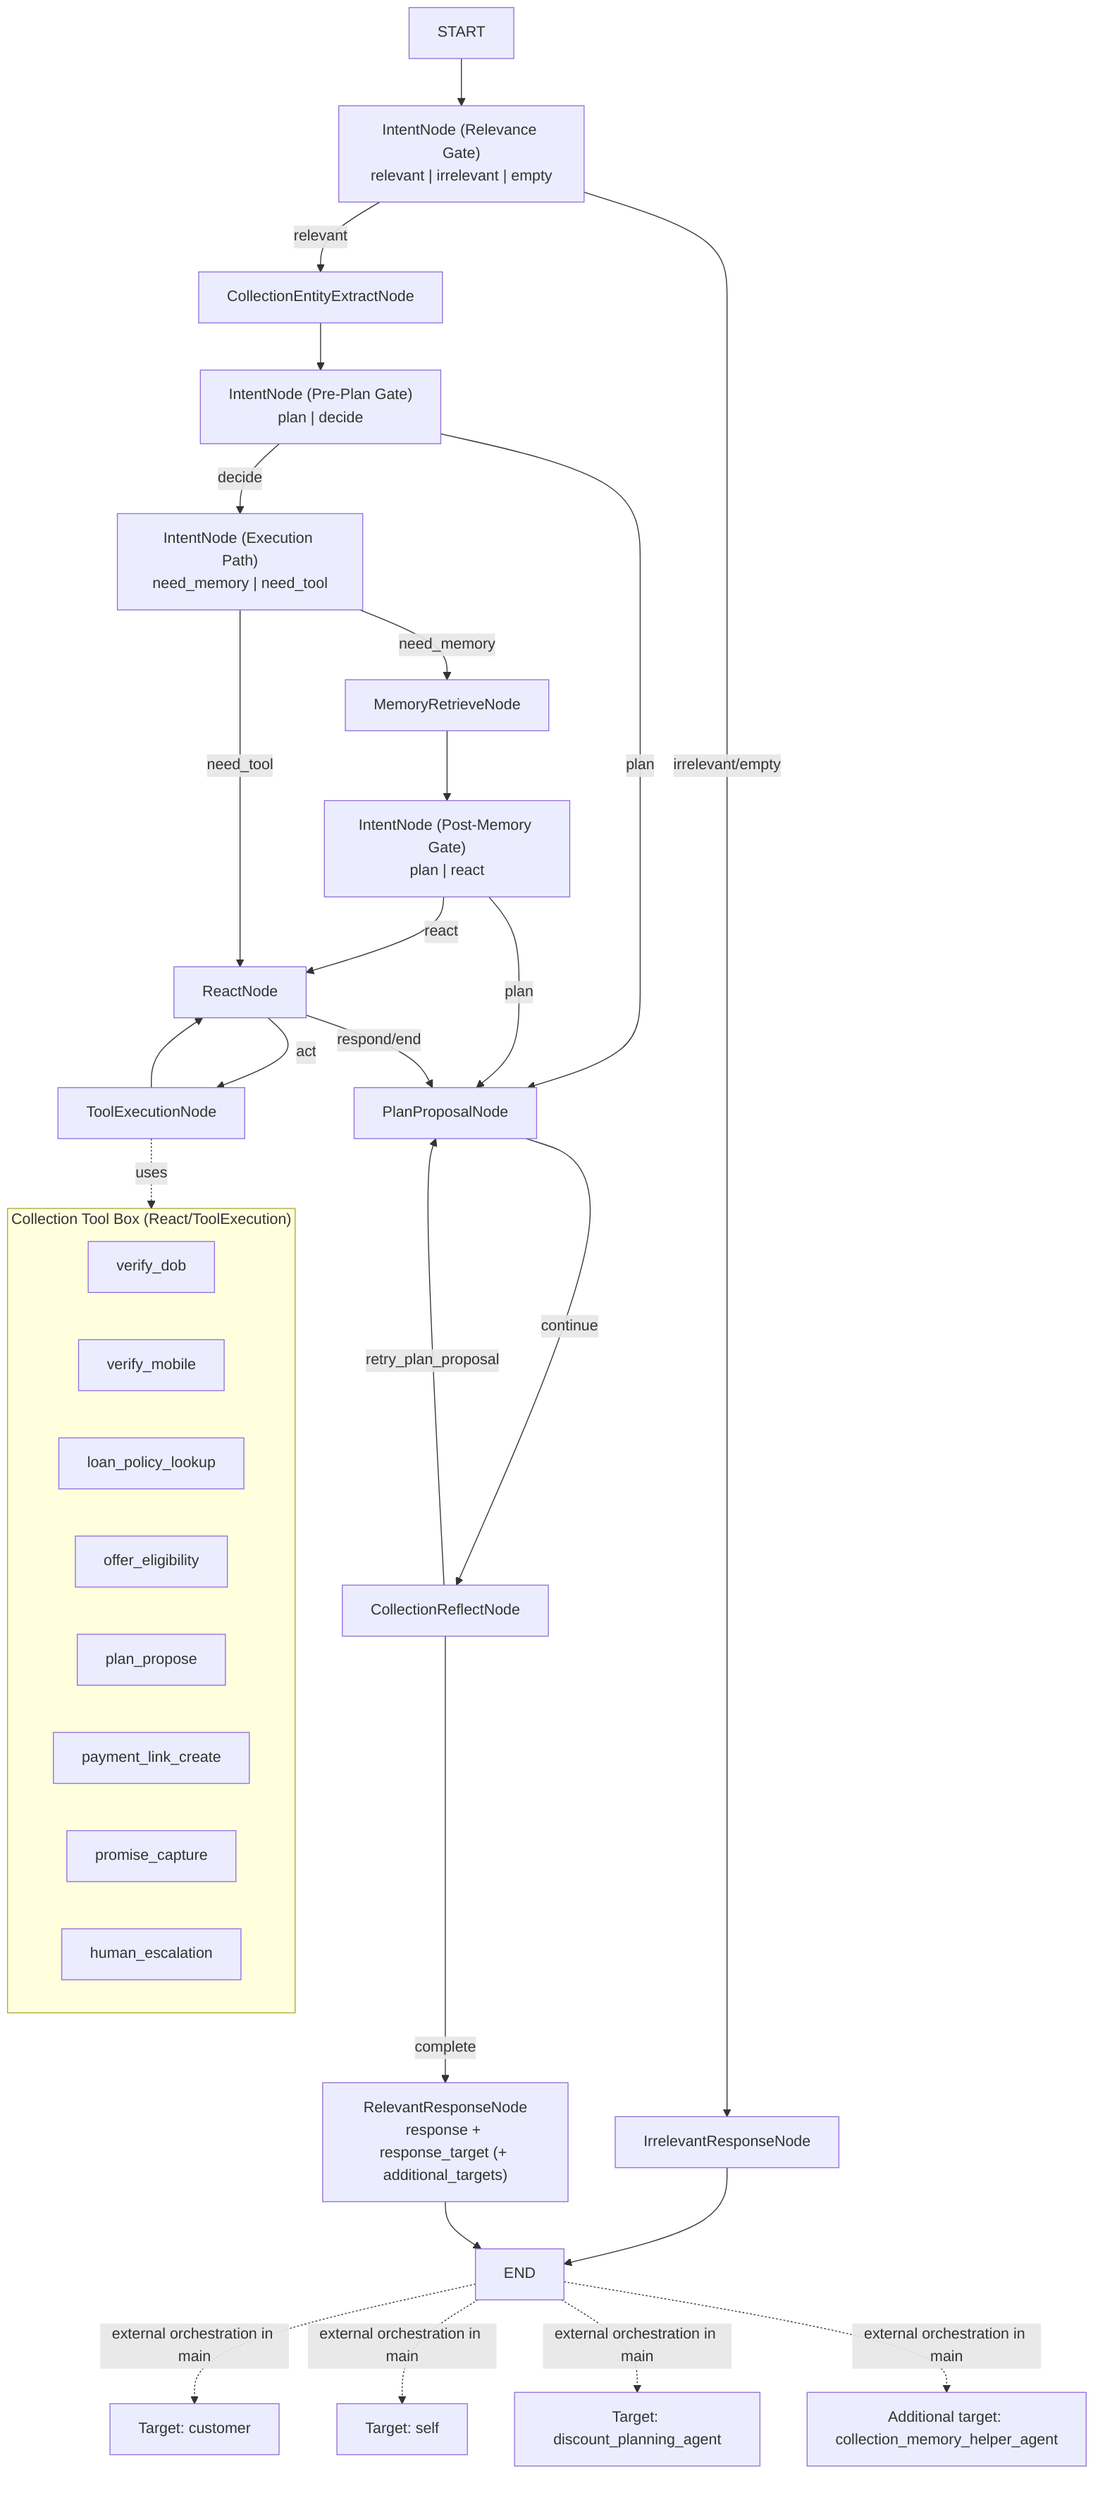
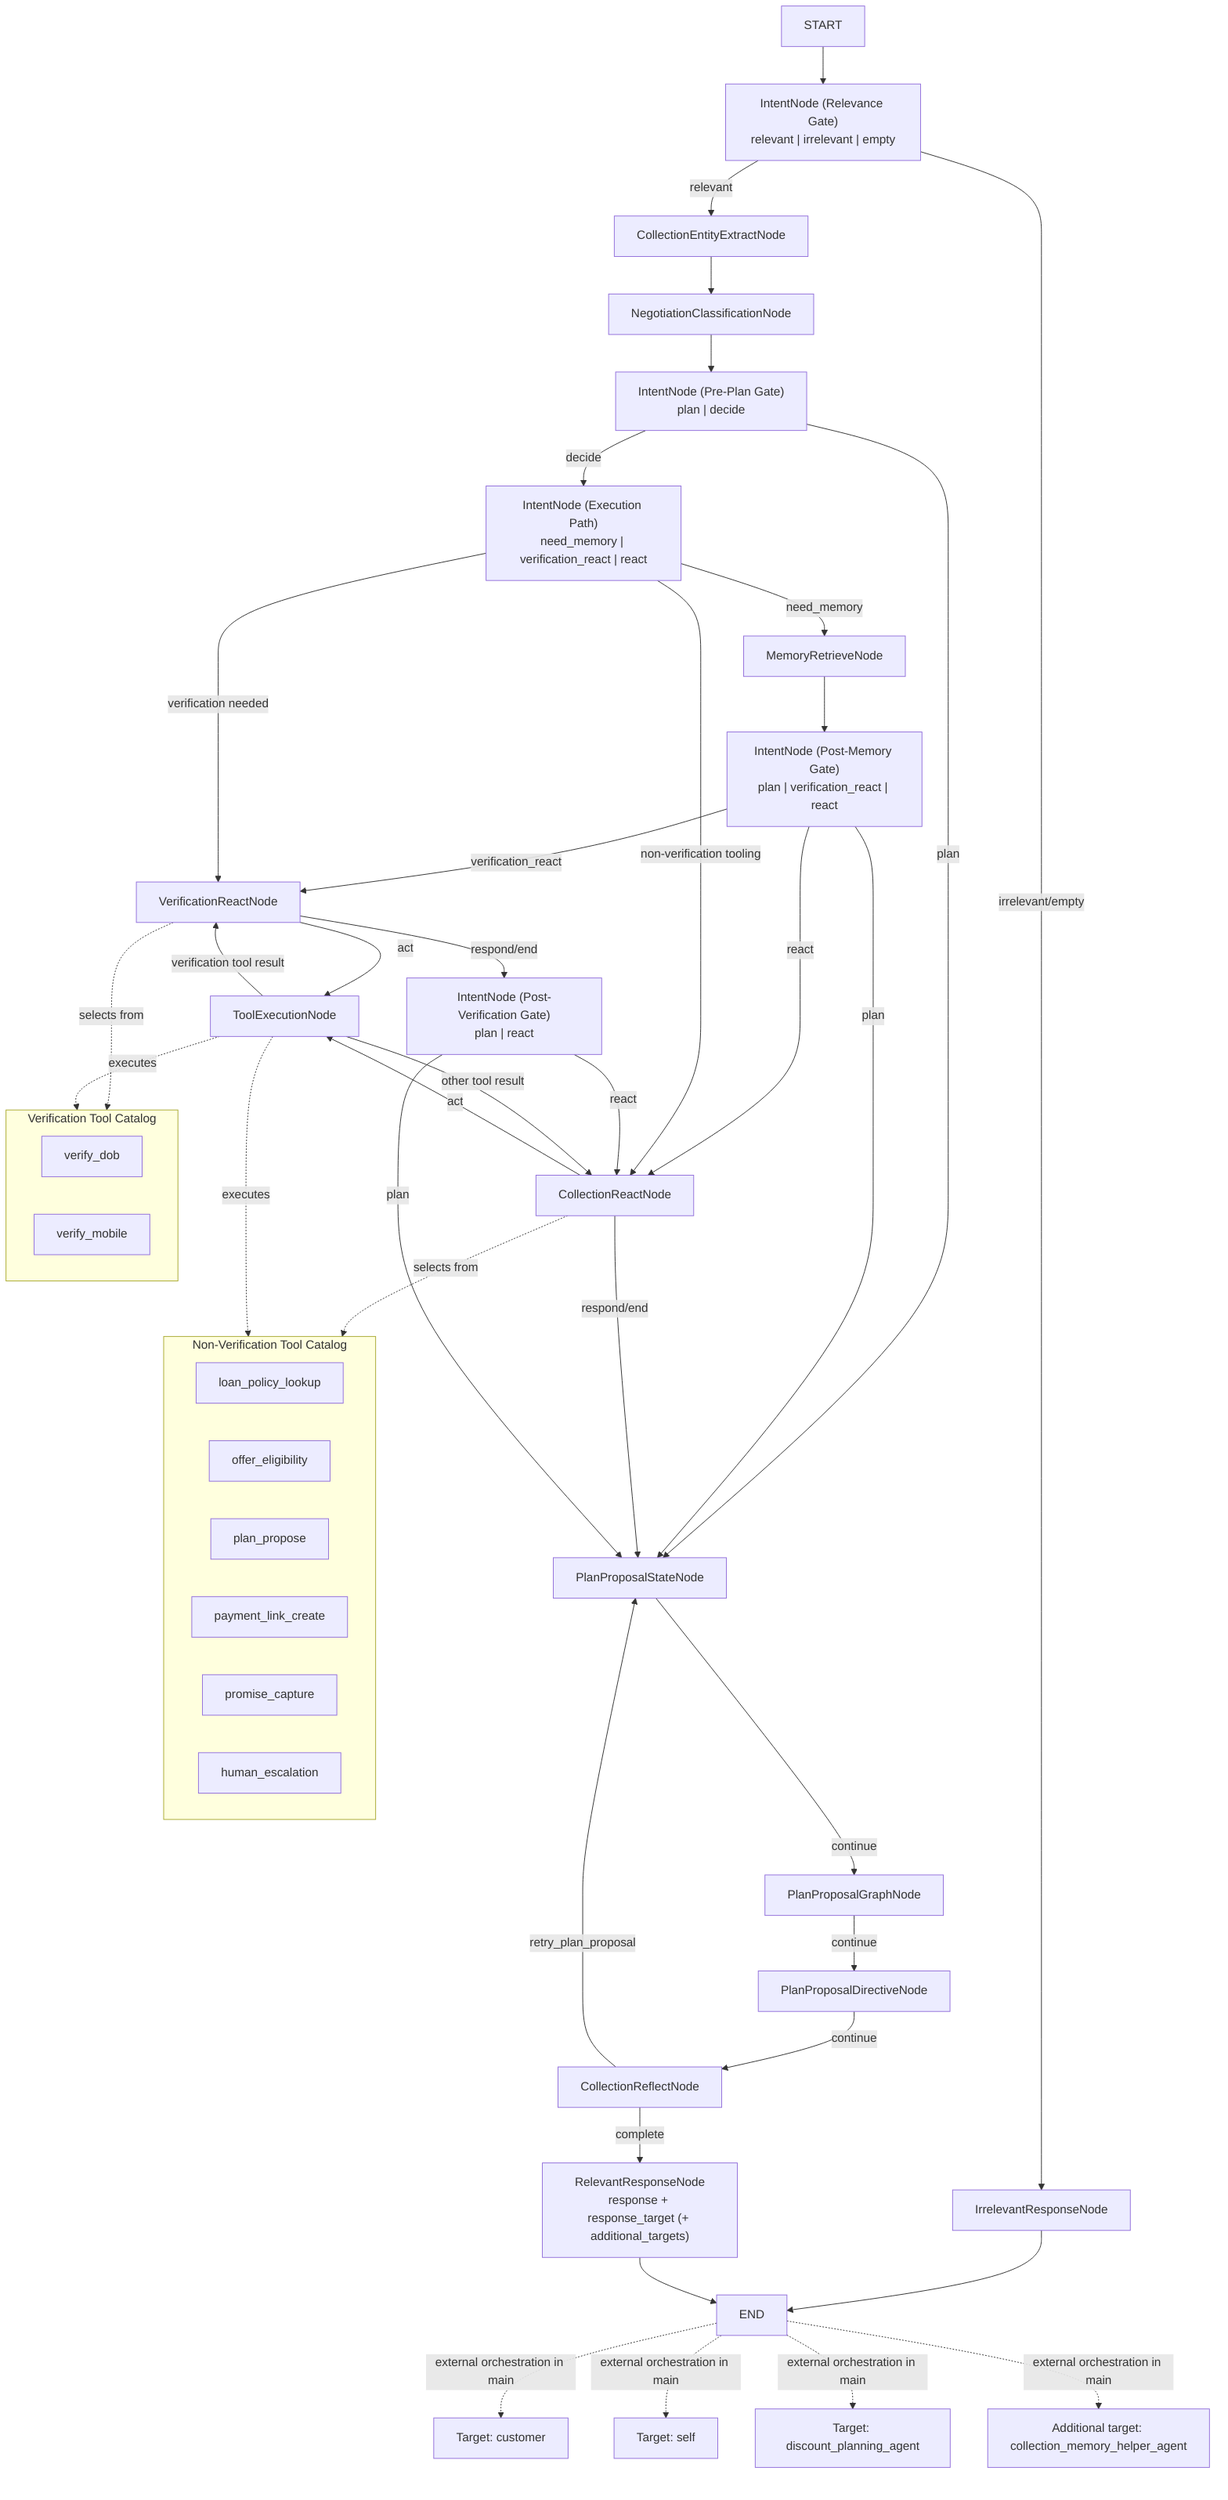
flowchart TD
  Start["START"] --> IN["IntentNode (Relevance Gate)\nrelevant | irrelevant | empty"]
  IN -->|irrelevant/empty| IR["IrrelevantResponseNode"]
  IR --> End["END"]

  IN -->|relevant| EN["CollectionEntityExtractNode"]
-   EN --> PG["IntentNode (Pre-Plan Gate)\nplan | decide"]
-   PG -->|plan| PP["PlanProposalNode"]
-   PG -->|decide| XP["IntentNode (Execution Path)\nneed_memory | need_tool"]
+   EN --> NC["NegotiationClassificationNode"]
+   NC --> PG["IntentNode (Pre-Plan Gate)\nplan | decide"]
+   PG -->|plan| PS["PlanProposalStateNode"]
+   PG -->|decide| XP["IntentNode (Execution Path)\nneed_memory | verification_react | react"]

  XP -->|need_memory| MR["MemoryRetrieveNode"]
-   MR --> PM["IntentNode (Post-Memory Gate)\nplan | react"]
-   PM -->|plan| PP
-   PM -->|react| RN["ReactNode"]
+   MR --> PM["IntentNode (Post-Memory Gate)\nplan | verification_react | react"]
+   PM -->|plan| PS
+   PM -->|verification_react| VR["VerificationReactNode"]
+   PM -->|react| RN["CollectionReactNode"]

-   XP -->|need_tool| RN
+   XP -->|verification needed| VR
+   XP -->|non-verification tooling| RN
+ 
  RN -->|act| TE["ToolExecutionNode"]
-   TE --> RN
-   RN -->|respond/end| PP
+   RN -->|respond/end| PS

-   PP -->|continue| RF["CollectionReflectNode"]
-   RF -->|retry_plan_proposal| PP
+   VR -->|act| TE
+   VR -->|respond/end| PVI["IntentNode (Post-Verification Gate)\nplan | react"]
+   PVI -->|plan| PS
+   PVI -->|react| RN
+ 
+   TE -->|verification tool result| VR
+   TE -->|other tool result| RN
+ 
+   PS -->|continue| PGN["PlanProposalGraphNode"]
+   PGN -->|continue| PD["PlanProposalDirectiveNode"]
+   PD -->|continue| RF["CollectionReflectNode"]
+   RF -->|retry_plan_proposal| PS
  RF -->|complete| RR["RelevantResponseNode\nresponse + response_target (+ additional_targets)"]
  RR --> End

  End -. external orchestration in main .-> X1["Target: customer"]
  End -. external orchestration in main .-> X2["Target: self"]
  End -. external orchestration in main .-> X3["Target: discount_planning_agent"]
  End -. external orchestration in main .-> X4["Additional target: collection_memory_helper_agent"]

-   subgraph TBOX["Collection Tool Box (React/ToolExecution)"]
-     T1["verify_dob"]
-     T2["verify_mobile"]
-     T3["loan_policy_lookup"]
-     T4["offer_eligibility"]
-     T5["plan_propose"]
-     T6["payment_link_create"]
-     T7["promise_capture"]
-     T8["human_escalation"]
+   subgraph VTBOX["Verification Tool Catalog"]
+     VT1["verify_dob"]
+     VT2["verify_mobile"]
  end

-   TE -. uses .-> TBOX
+   subgraph NTBOX["Non-Verification Tool Catalog"]
+     NT1["loan_policy_lookup"]
+     NT2["offer_eligibility"]
+     NT3["plan_propose"]
+     NT4["payment_link_create"]
+     NT5["promise_capture"]
+     NT6["human_escalation"]
+   end
+ 
+   VR -. selects from .-> VTBOX
+   RN -. selects from .-> NTBOX
+   TE -. executes .-> VTBOX
+   TE -. executes .-> NTBOX
